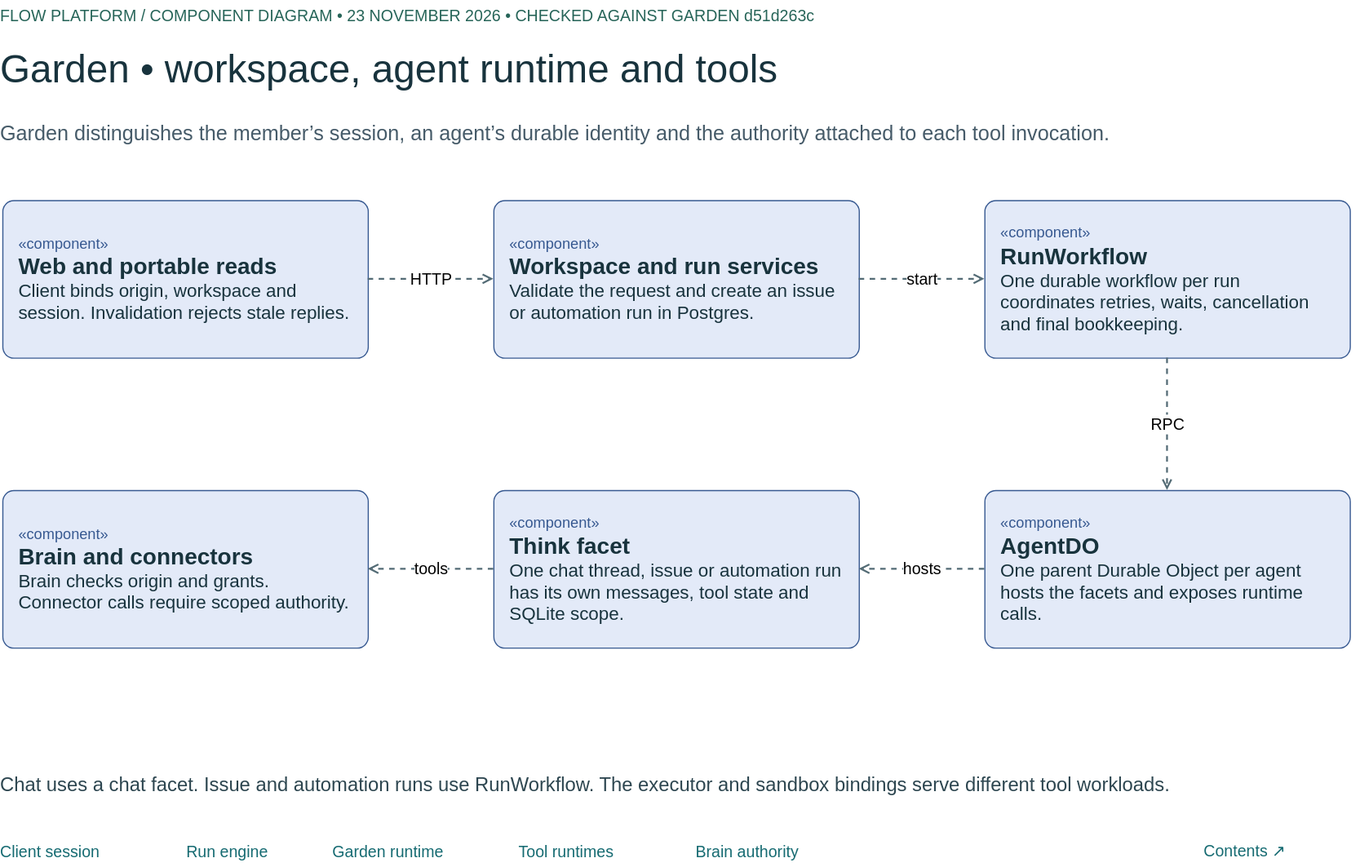
Before: docs/diagrams/garden-components.drawio.svg, a diagram exported from draw.io (Flow-Research/garden). Source tidied: cells renumbered, new cells last; positions are measured from the earlier drawing's top-left corner, leaving out a move shared by most shapes.
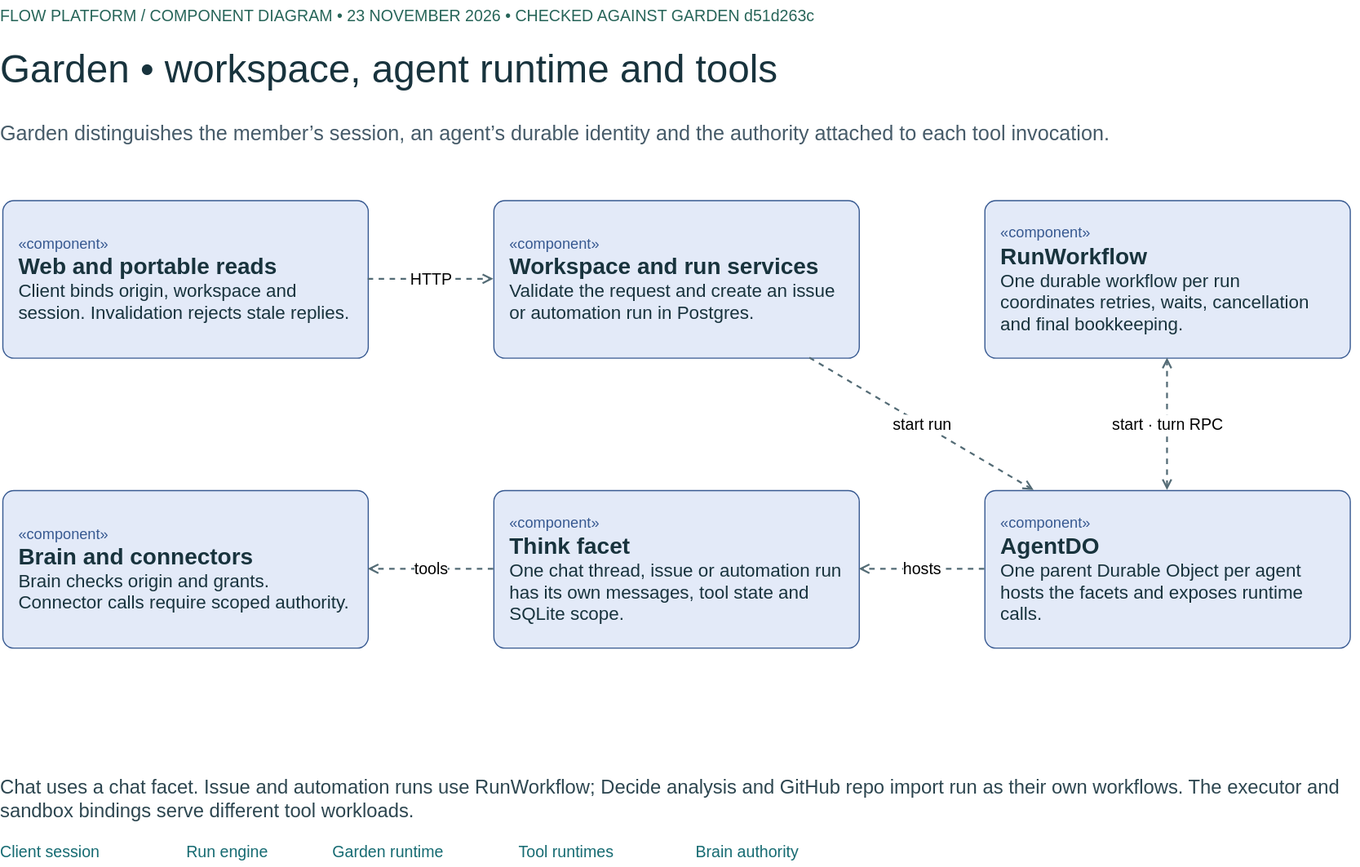
The same file after the commit.

Diff of the diagram source:
```diff
@@ -32,10 +32,10 @@
     <mxCell id="11" value="HTTP" style="html=1;endArrow=open;endFill=0;strokeWidth=1.6;strokeColor=#536B75;fontSize=14;fontFamily=Helvetica;labelBackgroundColor=#FFFFFF;dashed=1;" parent="1" edge="1" source="5" target="6">
       <mxGeometry relative="1" as="geometry" />
     </mxCell>
-    <mxCell id="12" value="start" style="html=1;endArrow=open;endFill=0;strokeWidth=1.6;strokeColor=#536B75;fontSize=14;fontFamily=Helvetica;labelBackgroundColor=#FFFFFF;dashed=1;" parent="1" edge="1" source="6" target="7">
+    <mxCell id="12" value="start run" style="html=1;endArrow=open;endFill=0;strokeWidth=1.6;strokeColor=#536B75;fontSize=14;fontFamily=Helvetica;labelBackgroundColor=#FFFFFF;dashed=1;" parent="1" edge="1" source="6" target="10">
       <mxGeometry relative="1" as="geometry" />
     </mxCell>
-    <mxCell id="13" value="RPC" style="html=1;endArrow=open;endFill=0;strokeWidth=1.6;strokeColor=#536B75;fontSize=14;fontFamily=Helvetica;labelBackgroundColor=#FFFFFF;dashed=1;" parent="1" edge="1" source="7" target="10">
+    <mxCell id="13" value="start · turn RPC" style="html=1;endArrow=open;endFill=0;strokeWidth=1.6;strokeColor=#536B75;fontSize=14;fontFamily=Helvetica;labelBackgroundColor=#FFFFFF;dashed=1;startArrow=open;startFill=0;" parent="1" edge="1" source="10" target="7">
       <mxGeometry relative="1" as="geometry" />
     </mxCell>
     <mxCell id="14" value="hosts" style="html=1;endArrow=open;endFill=0;strokeWidth=1.6;strokeColor=#536B75;fontSize=14;fontFamily=Helvetica;labelBackgroundColor=#FFFFFF;dashed=1;" parent="1" edge="1" source="10" target="9">
@@ -44,8 +44,8 @@
     <mxCell id="15" value="tools" style="html=1;endArrow=open;endFill=0;strokeWidth=1.6;strokeColor=#536B75;fontSize=14;fontFamily=Helvetica;labelBackgroundColor=#FFFFFF;dashed=1;" parent="1" edge="1" source="9" target="8">
       <mxGeometry relative="1" as="geometry" />
     </mxCell>
-    <mxCell id="16" value="Chat uses a chat facet. Issue and automation runs use RunWorkflow. The executor and sandbox bindings serve different tool workloads." style="text;html=1;whiteSpace=wrap;align=left;verticalAlign=middle;spacing=0;fontFamily=Helvetica;fontSize=17;fontColor=#2D4650;" parent="1" vertex="1">
-      <mxGeometry y="665" width="1180" height="46" as="geometry" />
+    <mxCell id="16" value="Chat uses a chat facet. Issue and automation runs use RunWorkflow; Decide analysis and GitHub repo import run as their own workflows. The executor and sandbox bindings serve different tool workloads." style="text;html=1;whiteSpace=wrap;align=left;verticalAlign=middle;spacing=0;fontFamily=Helvetica;fontSize=17;fontColor=#2D4650;" parent="1" vertex="1">
+      <mxGeometry y="665" width="1180" height="70" as="geometry" />
     </mxCell>
     <mxCell id="17" value="Client session" style="text;html=1;whiteSpace=wrap;align=left;verticalAlign=middle;spacing=0;fontFamily=Helvetica;fontSize=14;fontColor=#166B72;" parent="1" vertex="1">
       <mxGeometry y="734" width="141.2" height="24" as="geometry" />
@@ -62,8 +62,5 @@
     <mxCell id="21" value="Brain authority" style="text;html=1;whiteSpace=wrap;align=left;verticalAlign=middle;spacing=0;fontFamily=Helvetica;fontSize=14;fontColor=#166B72;" parent="1" vertex="1">
       <mxGeometry x="608.8" y="734" width="150" height="24" as="geometry" />
     </mxCell>
-    <mxCell id="22" value="Contents ↗" style="text;html=1;whiteSpace=wrap;align=left;verticalAlign=middle;spacing=0;fontFamily=Helvetica;fontSize=14;fontColor=#166B72;" parent="1" vertex="1">
-      <mxGeometry x="1054" y="732" width="125" height="26" as="geometry" />
-    </mxCell>
   </root>
 </mxGraphModel>
```
